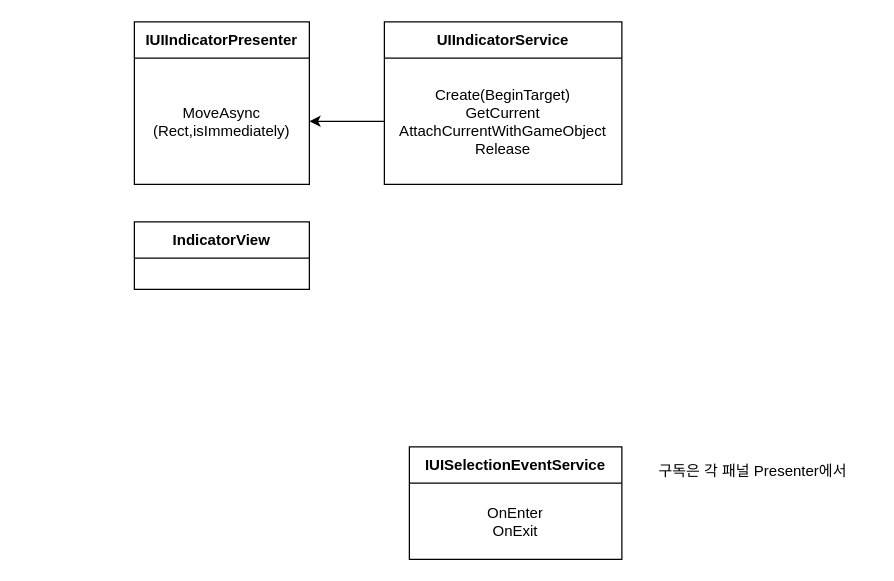
Earlier version of the draw.io diagram page "UIIndicator" (10 of 11) of Diagram.drawio (ClapJeong/LRGame). Source tidied: cells renumbered, new cells numbered last; positions are measured from the earlier drawing's top-left corner, leaving out a move shared by most shapes. Both pictures are drawn from the tidied source at 125%, with x=0, y=0 at pixel (134, 21).
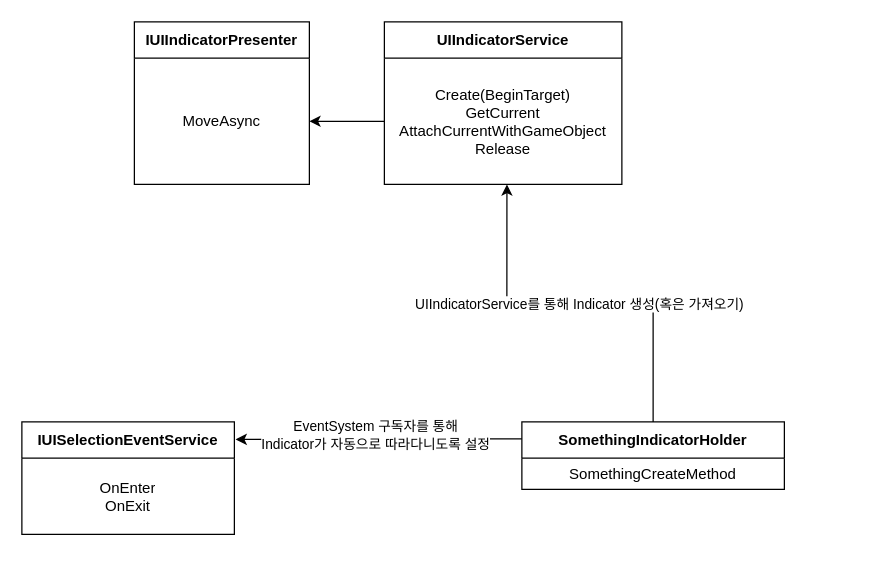
The same page after the edit.

What changed in the source:
```diff
@@
 <mxGraphModel>
   <root>
     <mxCell id="0" />
     <mxCell id="1" parent="0" />
     <mxCell id="2" value="IUIIndicatorPresenter" style="swimlane;fontStyle=1;align=center;verticalAlign=middle;horizontal=1;startSize=29;html=1;whiteSpace=wrap;" parent="1" vertex="1">
       <mxGeometry width="140" height="130" as="geometry" />
     </mxCell>
-    <mxCell id="3" value="&lt;div&gt;MoveAsync&lt;/div&gt;&lt;div&gt;(Rect,isImmediately)&lt;/div&gt;" style="text;html=1;strokeColor=none;fillColor=none;align=center;verticalAlign=middle;spacingLeft=4;spacingRight=4;overflow=hidden;points=[[0,0.5],[1,0.5]];portConstraint=eastwest;whiteSpace=wrap;" parent="2" vertex="1">
+    <mxCell id="3" value="&lt;div&gt;MoveAsync&lt;/div&gt;" style="text;html=1;strokeColor=none;fillColor=none;align=center;verticalAlign=middle;spacingLeft=4;spacingRight=4;overflow=hidden;points=[[0,0.5],[1,0.5]];portConstraint=eastwest;whiteSpace=wrap;" parent="2" vertex="1">
       <mxGeometry y="29" width="140" height="101" as="geometry" />
     </mxCell>
     <mxCell id="4" value="UIIndicatorService" style="swimlane;fontStyle=1;align=center;verticalAlign=middle;horizontal=1;startSize=29;html=1;whiteSpace=wrap;" parent="1" vertex="1">
       <mxGeometry x="200" width="190" height="130" as="geometry" />
     </mxCell>
     <mxCell id="5" value="&lt;div&gt;Create(BeginTarget)&lt;/div&gt;GetCurrent&lt;div&gt;AttachCurrentWithGameObject&lt;br&gt;&lt;div&gt;Release&lt;/div&gt;&lt;/div&gt;" style="text;html=1;strokeColor=none;fillColor=none;align=center;verticalAlign=middle;spacingLeft=4;spacingRight=4;overflow=hidden;points=[[0,0.5],[1,0.5]];portConstraint=eastwest;whiteSpace=wrap;" parent="4" vertex="1">
       <mxGeometry y="29" width="190" height="101" as="geometry" />
     </mxCell>
     <mxCell id="6" value="IUISelectionEventService" style="swimlane;fontStyle=1;align=center;verticalAlign=middle;horizontal=1;startSize=29;html=1;whiteSpace=wrap;" parent="1" vertex="1">
-      <mxGeometry x="220" y="340" width="170" height="90" as="geometry" />
+      <mxGeometry x="-90" y="320" width="170" height="90" as="geometry" />
     </mxCell>
     <mxCell id="7" value="OnEnter&lt;div&gt;OnExit&lt;/div&gt;" style="text;html=1;strokeColor=none;fillColor=none;align=center;verticalAlign=middle;spacingLeft=4;spacingRight=4;overflow=hidden;whiteSpace=wrap;" parent="6" vertex="1">
       <mxGeometry y="29" width="170" height="61" as="geometry" />
     </mxCell>
-    <mxCell id="8" value="IndicatorView" style="swimlane;fontStyle=1;align=center;verticalAlign=middle;horizontal=1;startSize=29;html=1;whiteSpace=wrap;" parent="1" vertex="1">
-      <mxGeometry y="160" width="140" height="54" as="geometry" />
-    </mxCell>
-    <mxCell id="9" value="구독은 각 패널 Presenter에서" style="text;html=1;whiteSpace=wrap;strokeColor=none;fillColor=none;align=center;verticalAlign=middle;rounded=0;" parent="1" vertex="1">
-      <mxGeometry x="400" y="340" width="190" height="40" as="geometry" />
-    </mxCell>
     <mxCell id="10" style="edgeStyle=orthogonalEdgeStyle;rounded=0;jettySize=auto;html=1;exitX=0;exitY=0.5;exitDx=0;exitDy=0;entryX=1;entryY=0.5;entryDx=0;entryDy=0;" parent="1" edge="1" source="5" target="3">
       <mxGeometry relative="1" as="geometry" />
     </mxCell>
+    <mxCell id="11" value="SomethingIndicatorHolder" style="swimlane;fontStyle=1;align=center;verticalAlign=middle;horizontal=1;startSize=29;html=1;whiteSpace=wrap;" parent="1" vertex="1">
+      <mxGeometry x="310" y="320" width="210" height="54" as="geometry" />
+    </mxCell>
+    <mxCell id="12" value="SomethingCreateMethod" style="text;html=1;strokeColor=none;fillColor=none;align=center;verticalAlign=middle;spacingLeft=4;spacingRight=4;overflow=hidden;whiteSpace=wrap;" parent="11" vertex="1">
+      <mxGeometry y="29" width="210" height="25" as="geometry" />
+    </mxCell>
+    <mxCell id="13" style="edgeStyle=orthogonalEdgeStyle;rounded=0;jettySize=auto;html=1;exitX=0.5;exitY=0;exitDx=0;exitDy=0;entryX=0.516;entryY=1;entryDx=0;entryDy=0;entryPerimeter=0;" parent="1" edge="1" source="11" target="5">
+      <mxGeometry relative="1" as="geometry" />
+    </mxCell>
+    <mxCell id="14" value="UIIndicatorService를 통해 Indicator 생성(혹은 가져오기)" style="edgeLabel;html=1;align=center;verticalAlign=middle;" parent="13" vertex="1">
+      <mxGeometry x="0.01" relative="1" as="geometry" />
+    </mxCell>
+    <mxCell id="15" style="edgeStyle=orthogonalEdgeStyle;rounded=0;jettySize=auto;html=1;exitX=0;exitY=0.25;exitDx=0;exitDy=0;entryX=1.006;entryY=0.156;entryDx=0;entryDy=0;entryPerimeter=0;" parent="1" edge="1" source="11" target="6">
+      <mxGeometry relative="1" as="geometry" />
+    </mxCell>
+    <mxCell id="16" value="EventSystem 구독자를 통해&lt;div&gt;Indicator가 자동으로 따라다니도록 설정&lt;/div&gt;" style="edgeLabel;html=1;align=center;verticalAlign=middle;" parent="15" vertex="1">
+      <mxGeometry x="0.03" y="-4" relative="1" as="geometry" />
+    </mxCell>
   </root>
 </mxGraphModel>
```
